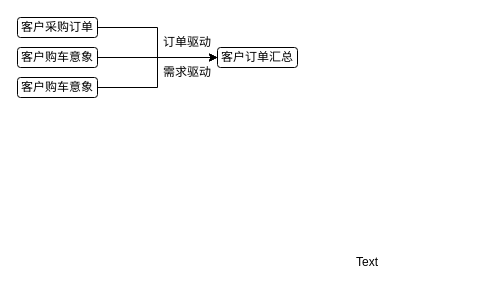
The draw.io diagram mes+erp.drawio in yudar1024/drawio, before the edit. Source tidied: cells renumbered, new cells numbered last; positions are measured from the earlier drawing's top-left corner, leaving out a move shared by most shapes. Both pictures are drawn from the tidied source at 100%, with x=0, y=0 at pixel (17, 17).
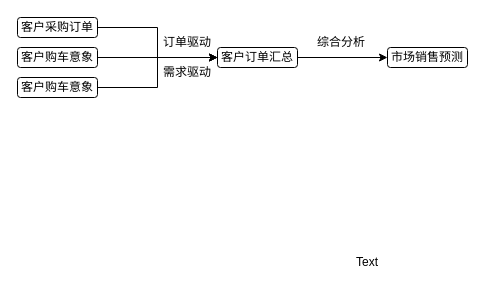
The same page after the edit.

The change refers to these unchanged cells:
```xml
<mxCell id="12" value="客户订单汇总" style="rounded=1;whiteSpace=wrap;html=1;fontSize=12;glass=0;strokeWidth=1;shadow=0;" parent="1" vertex="1">
  <mxGeometry x="200" y="30" width="80" height="20" as="geometry" />
</mxCell>
```

The edit, as a diff of the source:
```diff
@@
+    <mxCell id="16" style="edgeStyle=orthogonalEdgeStyle;rounded=0;jettySize=auto;html=1;exitX=1;exitY=0.5;exitDx=0;exitDy=0;entryX=0;entryY=0.5;entryDx=0;entryDy=0;" parent="1" edge="1" source="12" target="17">
+      <mxGeometry relative="1" as="geometry" />
+    </mxCell>
@@
+    <mxCell id="17" value="市场销售预测" style="rounded=1;whiteSpace=wrap;html=1;fontSize=12;glass=0;strokeWidth=1;shadow=0;" parent="1" vertex="1">
+      <mxGeometry x="370" y="30" width="80" height="20" as="geometry" />
+    </mxCell>
+    <mxCell id="18" value="综合分析" style="text;html=1;strokeColor=none;fillColor=none;align=center;verticalAlign=middle;whiteSpace=wrap;rounded=0;" parent="1" vertex="1">
+      <mxGeometry x="294" y="10" width="60" height="30" as="geometry" />
+    </mxCell>
```
